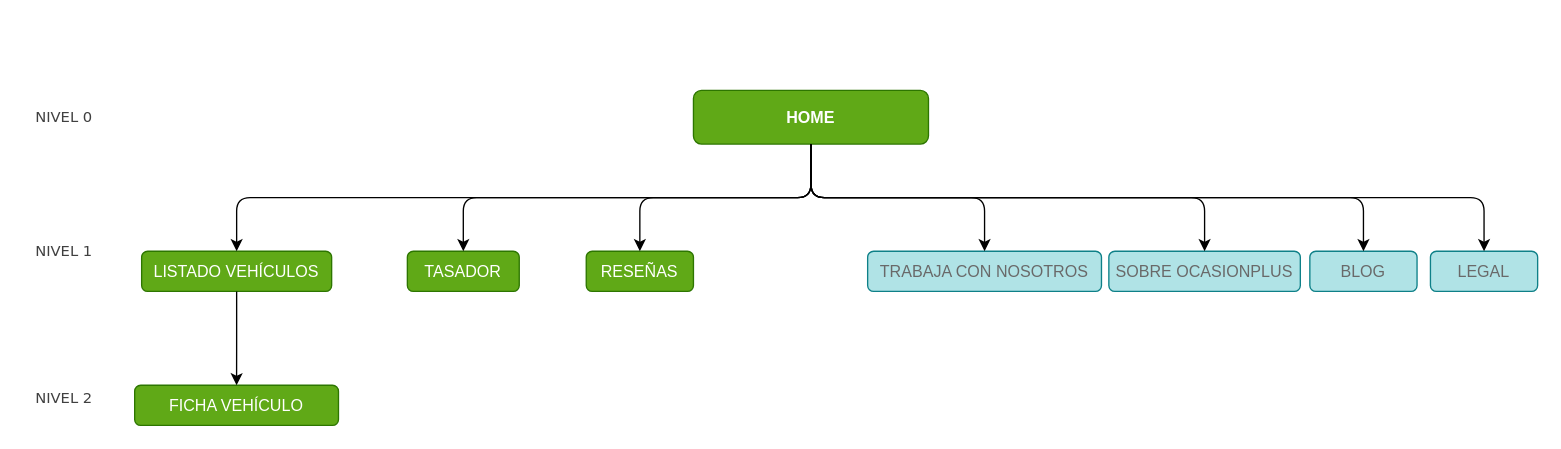
Above: page "Esquema simple" (1 of 2) of portfolio/AW_OcasionPlus.drawio in enriquesaez/homepage (draw.io), before the change. Source tidied: cells renumbered, new cells numbered last; positions are measured from the earlier drawing's top-left corner, leaving out a move shared by most shapes. Both pictures are drawn from the tidied source at 134%, with x=0, y=0 at pixel (23, 90).
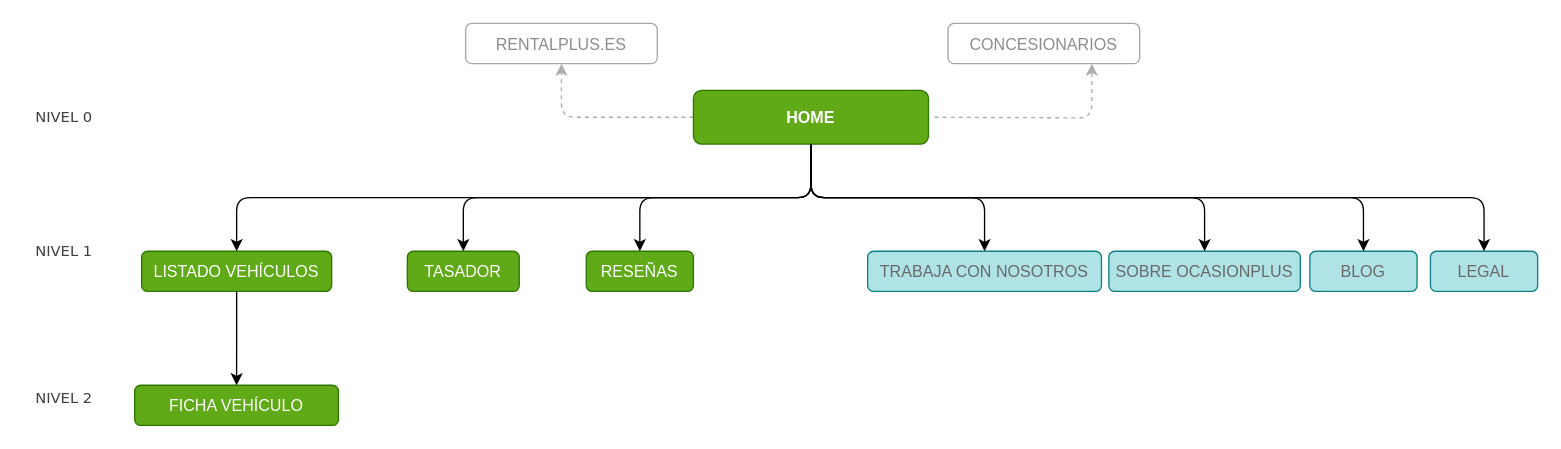
After the change.

Unchanged cells that the change refers to:
```xml
<mxCell id="2" value="HOME" style="rounded=1;fillColor=#60a917;fontColor=#ffffff;strokeColor=#2D7600;fontStyle=1;" parent="1" vertex="1">
  <mxGeometry x="500" width="175.4" height="40" as="geometry" />
</mxCell>
```

Diff of the diagram source:
```diff
@@
+    <mxCell id="22" style="edgeStyle=orthogonalEdgeStyle;rounded=1;jettySize=auto;html=1;exitX=0;exitY=0.5;exitDx=0;exitDy=0;dashed=1;fontFamily=Verdana;fontSize=11;fontColor=#404040;strokeColor=#ADADAD;" parent="1" edge="1" source="2" target="23">
+      <mxGeometry relative="1" as="geometry" />
+    </mxCell>
@@
+    <mxCell id="23" value="RENTALPLUS.ES" style="rounded=1;strokeColor=#A6A6A6;fontColor=#8C8C8C;" parent="1" vertex="1">
+      <mxGeometry x="330" y="-50" width="143" height="30" as="geometry" />
+    </mxCell>
+    <mxCell id="24" style="edgeStyle=orthogonalEdgeStyle;rounded=1;jettySize=auto;html=1;entryX=0.75;entryY=1;entryDx=0;entryDy=0;dashed=1;fontFamily=Verdana;fontSize=11;fontColor=#383838;strokeColor=#ADADAD;" parent="1" edge="1" target="25">
+      <mxGeometry relative="1" as="geometry">
+        <mxPoint x="680" y="20" as="sourcePoint" />
+      </mxGeometry>
+    </mxCell>
+    <mxCell id="25" value="CONCESIONARIOS" style="rounded=1;fontColor=#8C8C8C;strokeColor=#A6A6A6;" parent="1" vertex="1">
+      <mxGeometry x="690" y="-50" width="143" height="30" as="geometry" />
+    </mxCell>
```
